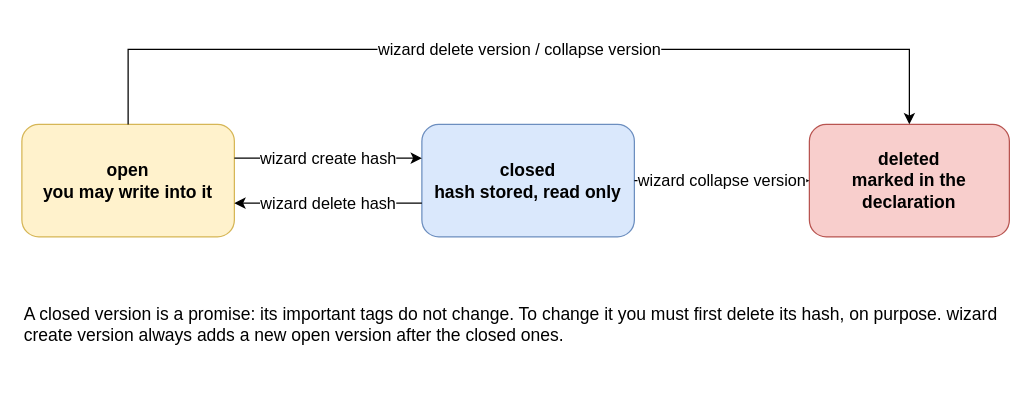
Above: drawio/10_version_states.drawio in goloveshin/galimatron_doc (draw.io), before the change. Source tidied: cells renumbered, new cells numbered last; positions are measured from the earlier drawing's top-left corner, leaving out a move shared by most shapes. Both pictures are drawn from the tidied source at 125%, with x=0, y=0 at pixel (21, 49).
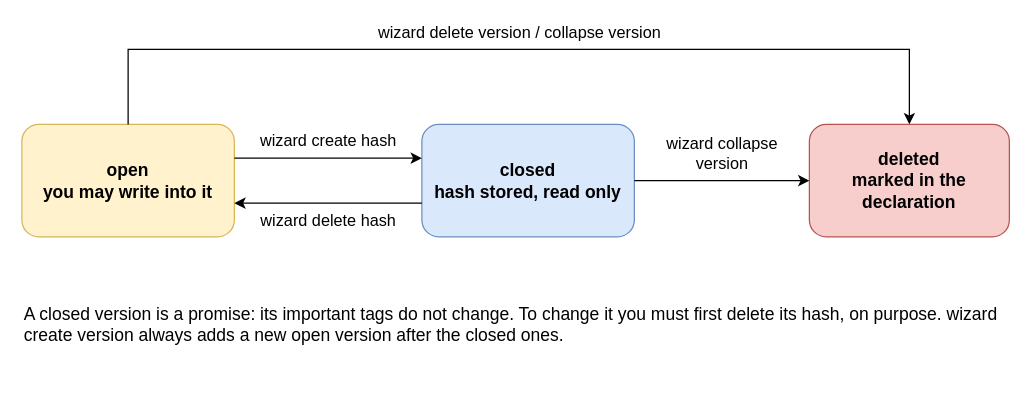
After the change.

The edit, as a diff of the source:
```diff
@@
 <mxGraphModel>
   <root>
     <mxCell id="0" />
     <mxCell id="1" parent="0" />
     <mxCell id="2" value="open&lt;br&gt;you may write into it" style="rounded=1;whiteSpace=wrap;html=1;fillColor=#fff2cc;strokeColor=#d6b656;fontStyle=1;fontSize=14;" parent="1" vertex="1">
       <mxGeometry y="60" width="170" height="90" as="geometry" />
     </mxCell>
     <mxCell id="3" value="closed&lt;br&gt;hash stored, read only" style="rounded=1;whiteSpace=wrap;html=1;fillColor=#dae8fc;strokeColor=#6c8ebf;fontStyle=1;fontSize=14;" parent="1" vertex="1">
       <mxGeometry x="320" y="60" width="170" height="90" as="geometry" />
     </mxCell>
     <mxCell id="4" value="deleted&lt;br&gt;marked in the declaration" style="rounded=1;whiteSpace=wrap;html=1;fillColor=#f8cecc;strokeColor=#b85450;fontStyle=1;fontSize=14;" parent="1" vertex="1">
       <mxGeometry x="630" y="60" width="160" height="90" as="geometry" />
     </mxCell>
-    <mxCell id="5" value="wizard create hash" style="endArrow=classic;html=1;labelBackgroundColor=#ffffff;edgeStyle=none;exitX=1;exitY=0.3;exitDx=0;exitDy=0;entryX=0;entryY=0.3;entryDx=0;entryDy=0;fontSize=13;" parent="1" edge="1" source="2" target="3">
-      <mxGeometry relative="1" as="geometry" />
+    <mxCell id="5" value="wizard create hash" style="endArrow=classic;html=1;edgeStyle=none;exitX=1;exitY=0.3;exitDx=0;exitDy=0;entryX=0;entryY=0.3;entryDx=0;entryDy=0;fontSize=13;" parent="1" edge="1" source="2" target="3">
+      <mxGeometry relative="1" as="geometry">
+        <mxPoint y="-14" as="offset" />
+      </mxGeometry>
     </mxCell>
-    <mxCell id="6" value="wizard delete hash" style="endArrow=classic;html=1;labelBackgroundColor=#ffffff;edgeStyle=none;exitX=0;exitY=0.7;exitDx=0;exitDy=0;entryX=1;entryY=0.7;entryDx=0;entryDy=0;fontSize=13;" parent="1" edge="1" source="3" target="2">
-      <mxGeometry relative="1" as="geometry" />
+    <mxCell id="6" value="wizard delete hash" style="endArrow=classic;html=1;edgeStyle=none;exitX=0;exitY=0.7;exitDx=0;exitDy=0;entryX=1;entryY=0.7;entryDx=0;entryDy=0;fontSize=13;" parent="1" edge="1" source="3" target="2">
+      <mxGeometry relative="1" as="geometry">
+        <mxPoint y="14" as="offset" />
+      </mxGeometry>
     </mxCell>
-    <mxCell id="7" value="wizard collapse version" style="endArrow=classic;html=1;labelBackgroundColor=#ffffff;edgeStyle=none;fontSize=13;" parent="1" edge="1" source="3" target="4">
-      <mxGeometry relative="1" as="geometry" />
+    <mxCell id="7" value="wizard collapse&lt;br&gt;version" style="endArrow=classic;html=1;edgeStyle=none;fontSize=13;" parent="1" edge="1" source="3" target="4">
+      <mxGeometry relative="1" as="geometry">
+        <mxPoint y="-22" as="offset" />
+      </mxGeometry>
     </mxCell>
-    <mxCell id="8" value="wizard delete version / collapse version" style="endArrow=classic;html=1;labelBackgroundColor=#ffffff;edgeStyle=orthogonalEdgeStyle;rounded=0;exitX=0.5;exitY=0;exitDx=0;exitDy=0;entryX=0.5;entryY=0;entryDx=0;entryDy=0;fontSize=13;" parent="1" edge="1" source="2" target="4">
+    <mxCell id="8" value="wizard delete version / collapse version" style="endArrow=classic;html=1;edgeStyle=orthogonalEdgeStyle;rounded=0;exitX=0.5;exitY=0;exitDx=0;exitDy=0;entryX=0.5;entryY=0;entryDx=0;entryDy=0;fontSize=13;" parent="1" edge="1" source="2" target="4">
       <mxGeometry relative="1" as="geometry">
         <Array as="points">
           <mxPoint x="85" />
           <mxPoint x="710" />
         </Array>
+        <mxPoint y="-14" as="offset" />
       </mxGeometry>
     </mxCell>
     <mxCell id="9" value="A closed version is a promise: its important tags do not change. To change it you must first delete its hash, on purpose. wizard create version always adds a new open version after the closed ones." style="text;html=1;whiteSpace=wrap;verticalAlign=middle;align=left;fontSize=14;" parent="1" vertex="1">
       <mxGeometry y="180" width="790" height="80" as="geometry" />
     </mxCell>
   </root>
 </mxGraphModel>
```
